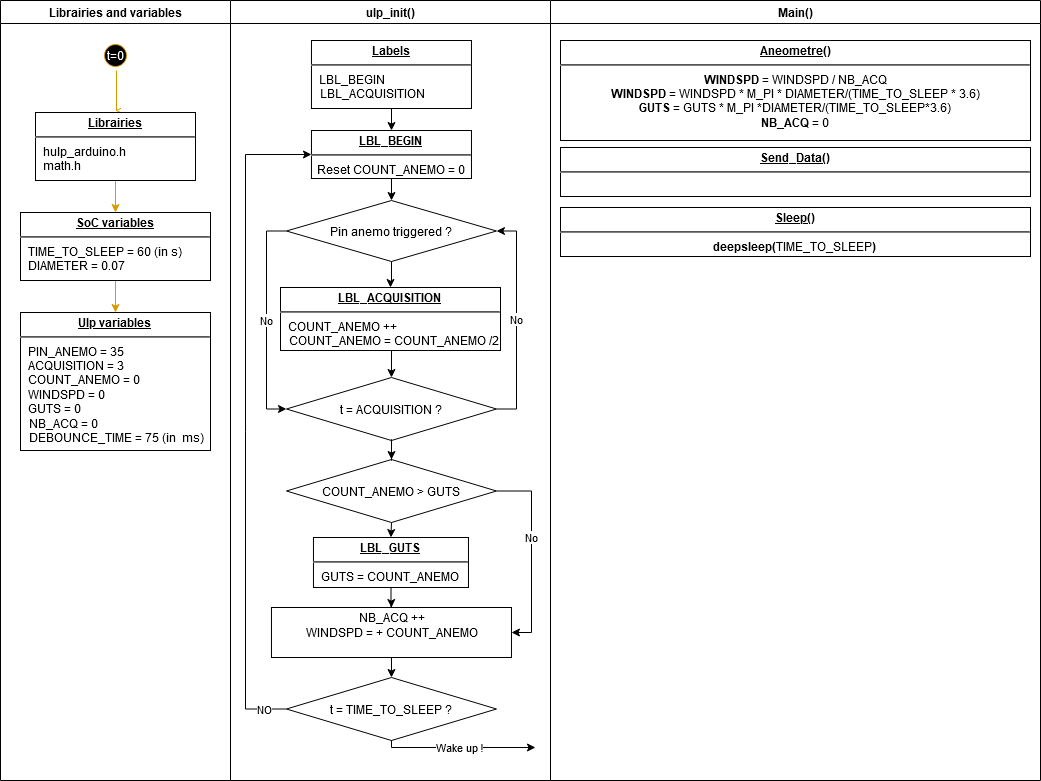
The draw.io diagram Anemometer_Diagram.png in laguill/Rain-gauge-ulp-esp32, before a commit. Source tidied: cells renumbered, new cells last; positions are measured from the earlier drawing's top-left corner, leaving out a move shared by most shapes.
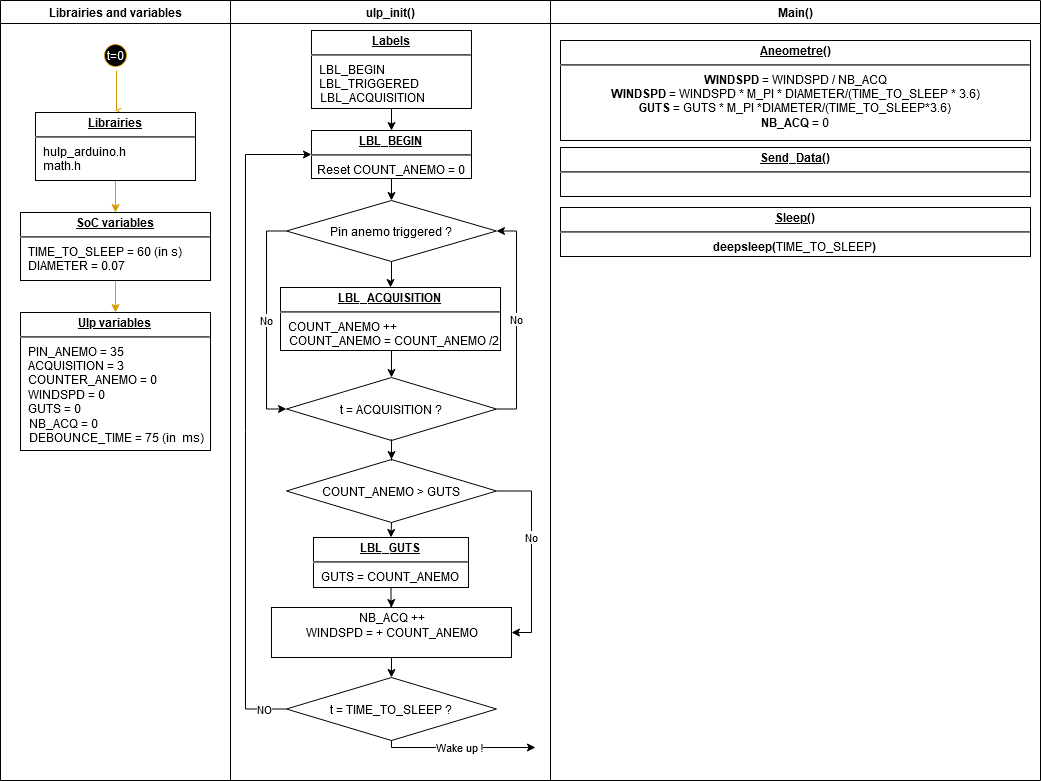
Later version of the same file.

The edit, as a diff of the source:
```diff
@@ -25,14 +25,14 @@
     <mxCell id="8" value="&lt;p style=&quot;margin: 0px ; margin-top: 4px ; text-align: center ; text-decoration: underline&quot;&gt;&lt;b&gt;SoC variables&lt;/b&gt;&lt;br&gt;&lt;/p&gt;&lt;hr&gt;&lt;p style=&quot;margin: 0px ; margin-left: 8px&quot;&gt;TIME_TO_SLEEP = 60 (in s)&lt;/p&gt;&lt;p style=&quot;margin: 0px ; margin-left: 8px&quot;&gt;DIAMETER = 0.07&lt;br&gt;&lt;/p&gt;" style="verticalAlign=top;align=left;overflow=fill;fontSize=12;fontFamily=Helvetica;html=1;" parent="2" vertex="1">
       <mxGeometry x="20" y="212" width="190" height="68" as="geometry" />
     </mxCell>
-    <mxCell id="9" value="&lt;p style=&quot;margin: 4px 0px 0px ; text-decoration: underline&quot; align=&quot;center&quot;&gt;&lt;b&gt;Ulp variables&lt;/b&gt;&lt;br&gt;&lt;/p&gt;&lt;hr align=&quot;left&quot;&gt;&lt;p style=&quot;margin: 0px ; margin-left: 8px&quot; align=&quot;left&quot;&gt;PIN_ANEMO = 35&lt;br&gt;&lt;/p&gt;&lt;p style=&quot;margin: 0px ; margin-left: 8px&quot; align=&quot;left&quot;&gt;ACQUISITION = 3 &lt;br&gt;&lt;/p&gt;&lt;p style=&quot;margin: 0px ; margin-left: 8px&quot; align=&quot;left&quot;&gt;COUNT_ANEMO = 0&lt;/p&gt;&lt;p style=&quot;margin: 0px ; margin-left: 8px&quot; align=&quot;left&quot;&gt;WINDSPD = 0&lt;/p&gt;&lt;p style=&quot;margin: 0px ; margin-left: 8px&quot; align=&quot;left&quot;&gt;GUTS = 0&lt;/p&gt;&lt;div align=&quot;left&quot;&gt;&amp;nbsp;&amp;nbsp; NB_ACQ = 0&lt;/div&gt;&lt;div align=&quot;left&quot;&gt;&amp;nbsp;&amp;nbsp; DEBOUNCE_TIME = 75 (in&amp;nbsp; ms)&lt;br&gt;&lt;/div&gt;" style="verticalAlign=top;align=left;overflow=fill;fontSize=12;fontFamily=Helvetica;html=1;" parent="2" vertex="1">
+    <mxCell id="9" value="&lt;p style=&quot;margin: 4px 0px 0px ; text-decoration: underline&quot; align=&quot;center&quot;&gt;&lt;b&gt;Ulp variables&lt;/b&gt;&lt;br&gt;&lt;/p&gt;&lt;hr align=&quot;left&quot;&gt;&lt;p style=&quot;margin: 0px ; margin-left: 8px&quot; align=&quot;left&quot;&gt;PIN_ANEMO = 35&lt;br&gt;&lt;/p&gt;&lt;p style=&quot;margin: 0px ; margin-left: 8px&quot; align=&quot;left&quot;&gt;ACQUISITION = 3 &lt;br&gt;&lt;/p&gt;&lt;p style=&quot;margin: 0px ; margin-left: 8px&quot; align=&quot;left&quot;&gt;COUNTER_ANEMO = 0&lt;/p&gt;&lt;p style=&quot;margin: 0px ; margin-left: 8px&quot; align=&quot;left&quot;&gt;WINDSPD = 0&lt;/p&gt;&lt;p style=&quot;margin: 0px ; margin-left: 8px&quot; align=&quot;left&quot;&gt;GUTS = 0&lt;/p&gt;&lt;div align=&quot;left&quot;&gt;&amp;nbsp;&amp;nbsp; NB_ACQ = 0&lt;/div&gt;&lt;div align=&quot;left&quot;&gt;&amp;nbsp;&amp;nbsp; DEBOUNCE_TIME = 75 (in&amp;nbsp; ms)&lt;br&gt;&lt;/div&gt;" style="verticalAlign=top;align=left;overflow=fill;fontSize=12;fontFamily=Helvetica;html=1;" parent="2" vertex="1">
       <mxGeometry x="20" y="312" width="190" height="138" as="geometry" />
     </mxCell>
     <mxCell id="10" value="ulp_init()" style="swimlane;whiteSpace=wrap;" parent="1" vertex="1">
       <mxGeometry x="230" width="320" height="780" as="geometry" />
     </mxCell>
-    <mxCell id="11" value="&lt;p style=&quot;margin: 0px ; margin-top: 4px ; text-align: center ; text-decoration: underline&quot;&gt;&lt;b&gt;Labels&lt;/b&gt;&lt;br&gt;&lt;/p&gt;&lt;hr&gt;&lt;p style=&quot;margin: 0px ; margin-left: 8px&quot;&gt;LBL_BEGIN&lt;/p&gt;&amp;nbsp;&amp;nbsp; LBL_ACQUISITION" style="verticalAlign=top;align=left;overflow=fill;fontSize=12;fontFamily=Helvetica;html=1;" parent="10" vertex="1">
-      <mxGeometry x="81" y="40" width="160" height="68" as="geometry" />
+    <mxCell id="11" value="&lt;p style=&quot;margin: 0px ; margin-top: 4px ; text-align: center ; text-decoration: underline&quot;&gt;&lt;b&gt;Labels&lt;/b&gt;&lt;br&gt;&lt;/p&gt;&lt;hr&gt;&lt;p style=&quot;margin: 0px ; margin-left: 8px&quot;&gt;LBL_BEGIN&lt;/p&gt;&lt;p style=&quot;margin: 0px ; margin-left: 8px&quot;&gt;LBL_TRIGGERED&lt;br&gt;&lt;/p&gt;&amp;nbsp;&amp;nbsp; LBL_ACQUISITION" style="verticalAlign=top;align=left;overflow=fill;fontSize=12;fontFamily=Helvetica;html=1;" parent="10" vertex="1">
+      <mxGeometry x="81" y="30" width="160" height="78" as="geometry" />
     </mxCell>
     <mxCell id="12" value="&lt;p style=&quot;margin: 0px ; margin-top: 4px ; text-align: center ; text-decoration: underline&quot;&gt;&lt;b&gt;LBL_BEGIN&lt;/b&gt;&lt;br&gt;&lt;/p&gt;&lt;hr&gt;&lt;div align=&quot;center&quot;&gt;Reset COUNT_ANEMO = 0&lt;/div&gt;" style="verticalAlign=top;align=left;overflow=fill;fontSize=12;fontFamily=Helvetica;html=1;" parent="10" vertex="1">
       <mxGeometry x="81" y="130" width="160" height="48" as="geometry" />
```
